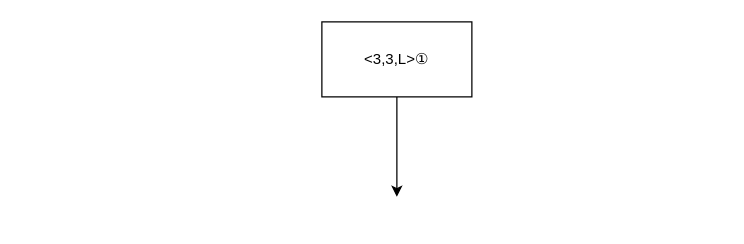
shgnaka/PokemonZA keeps this draw.io diagram as ninchiMCproblemTree.drawio. Above is the earlier version. Source tidied: cells renumbered, new cells numbered last; positions are measured from the earlier drawing's top-left corner, leaving out a move shared by most shapes. Both pictures are drawn from the tidied source at 125%, with x=0, y=0 at pixel (321, 21).
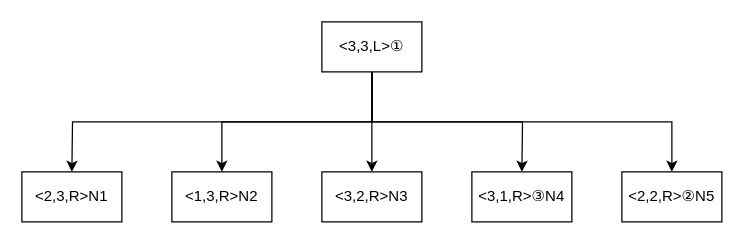
Above is the later version.

Commit message:
MC問題樹形図1層目完了

Diff of the diagram source:
```diff
@@
 <mxGraphModel>
   <root>
     <mxCell id="0" />
     <mxCell id="1" parent="0" />
+    <mxCell id="4" style="edgeStyle=orthogonalEdgeStyle;rounded=0;jettySize=auto;html=1;exitX=0.5;exitY=1;exitDx=0;exitDy=0;" parent="1" edge="1" source="2">
+      <mxGeometry relative="1" as="geometry">
+        <mxPoint x="280" y="120" as="targetPoint" />
+        <Array as="points">
+          <mxPoint x="40" y="80" />
+          <mxPoint x="280" y="80" />
+        </Array>
+      </mxGeometry>
+    </mxCell>
+    <mxCell id="5" style="edgeStyle=orthogonalEdgeStyle;rounded=0;jettySize=auto;html=1;exitX=0.5;exitY=1;exitDx=0;exitDy=0;" parent="1" edge="1" source="2">
+      <mxGeometry relative="1" as="geometry">
+        <mxPoint x="-80" y="120" as="targetPoint" />
+        <Array as="points">
+          <mxPoint x="40" y="80" />
+          <mxPoint x="-80" y="80" />
+        </Array>
+      </mxGeometry>
+    </mxCell>
+    <mxCell id="6" style="edgeStyle=orthogonalEdgeStyle;rounded=0;jettySize=auto;html=1;exitX=0.5;exitY=1;exitDx=0;exitDy=0;" parent="1" edge="1" source="2">
+      <mxGeometry relative="1" as="geometry">
+        <mxPoint x="160" y="120" as="targetPoint" />
+      </mxGeometry>
+    </mxCell>
+    <mxCell id="7" style="edgeStyle=orthogonalEdgeStyle;rounded=0;jettySize=auto;html=1;exitX=0.5;exitY=1;exitDx=0;exitDy=0;" parent="1" edge="1" source="2">
+      <mxGeometry relative="1" as="geometry">
+        <mxPoint x="-200" y="120" as="targetPoint" />
+      </mxGeometry>
+    </mxCell>
     <mxCell id="2" value="&amp;lt;3,3,L&amp;gt;①" style="rounded=0;whiteSpace=wrap;html=1;" parent="1" vertex="1">
-      <mxGeometry width="120" height="60" as="geometry" />
+      <mxGeometry width="80" height="40" as="geometry" />
     </mxCell>
     <mxCell id="3" style="endArrow=classic;html=1;rounded=0;exitX=0.5;exitY=1;exitDx=0;exitDy=0;" parent="1" edge="1" source="2">
       <mxGeometry relative="1" as="geometry">
-        <mxPoint x="60" y="140" as="targetPoint" />
+        <mxPoint x="40" y="120" as="targetPoint" />
       </mxGeometry>
     </mxCell>
+    <mxCell id="8" value="&amp;lt;2,3,R&amp;gt;N1" style="whiteSpace=wrap;html=1;" parent="1" vertex="1">
+      <mxGeometry x="-240" y="120" width="80" height="40" as="geometry" />
+    </mxCell>
+    <mxCell id="9" value="&amp;lt;1,3,R&amp;gt;N2" style="whiteSpace=wrap;html=1;" parent="1" vertex="1">
+      <mxGeometry x="-120" y="120" width="80" height="40" as="geometry" />
+    </mxCell>
+    <mxCell id="10" value="&amp;lt;3,2,R&amp;gt;N3" style="whiteSpace=wrap;html=1;" parent="1" vertex="1">
+      <mxGeometry y="120" width="80" height="40" as="geometry" />
+    </mxCell>
+    <mxCell id="11" value="&amp;lt;3,1,R&amp;gt;③N4" style="whiteSpace=wrap;html=1;" parent="1" vertex="1">
+      <mxGeometry x="120" y="120" width="80" height="40" as="geometry" />
+    </mxCell>
+    <mxCell id="12" value="&amp;lt;2,2,R&amp;gt;②N5" style="whiteSpace=wrap;html=1;" parent="1" vertex="1">
+      <mxGeometry x="240" y="120" width="80" height="40" as="geometry" />
+    </mxCell>
   </root>
 </mxGraphModel>
```
